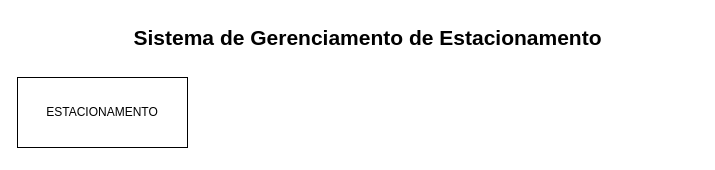
Before: Diagrama sem nome.drawio in glaucodante/mdc053, a draw.io diagram. Source tidied: cells renumbered, new cells numbered last; positions are measured from the earlier drawing's top-left corner, leaving out a move shared by most shapes. Both pictures are drawn from the tidied source at 100%, with x=0, y=0 at pixel (17, 17).
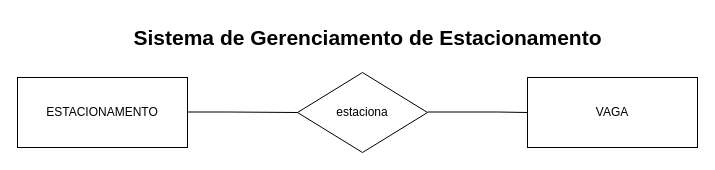
The same page after the edit.

The edit, as a diff of the source:
```diff
@@
 <mxGraphModel>
   <root>
     <mxCell id="0" />
     <mxCell id="1" parent="0" />
     <mxCell id="2" value="ESTACIONAMENTO" style="rounded=0;whiteSpace=wrap;html=1;" parent="1" vertex="1">
       <mxGeometry y="60" width="170" height="70" as="geometry" />
     </mxCell>
     <mxCell id="3" value="Sistema de Gerenciamento de Estacionamento" style="text;html=1;align=center;verticalAlign=middle;fillColor=none;strokeColor=none;rounded=0;fontStyle=1;fontSize=21;" parent="1" vertex="1">
       <mxGeometry x="105" width="490" height="40" as="geometry" />
     </mxCell>
+    <mxCell id="4" value="VAGA" style="rounded=0;whiteSpace=wrap;html=1;" parent="1" vertex="1">
+      <mxGeometry x="510" y="60" width="170" height="70" as="geometry" />
+    </mxCell>
+    <mxCell id="5" value="estaciona" style="rhombus;whiteSpace=wrap;html=1;" parent="1" vertex="1">
+      <mxGeometry x="280" y="55" width="130" height="80" as="geometry" />
+    </mxCell>
+    <mxCell id="6" style="endArrow=none;html=1;rounded=0;entryX=0;entryY=0.5;entryDx=0;entryDy=0;" parent="1" edge="1" target="4">
+      <mxGeometry relative="1" as="geometry">
+        <mxPoint x="410" y="94.5" as="sourcePoint" />
+        <Array as="points">
+          <mxPoint x="480" y="94.5" />
+        </Array>
+      </mxGeometry>
+    </mxCell>
+    <mxCell id="7" style="endArrow=none;html=1;rounded=0;" parent="1" edge="1">
+      <mxGeometry relative="1" as="geometry">
+        <mxPoint x="170" y="94.5" as="sourcePoint" />
+        <mxPoint x="280" y="95" as="targetPoint" />
+        <Array as="points">
+          <mxPoint x="210" y="94.5" />
+        </Array>
+      </mxGeometry>
+    </mxCell>
   </root>
 </mxGraphModel>
```
